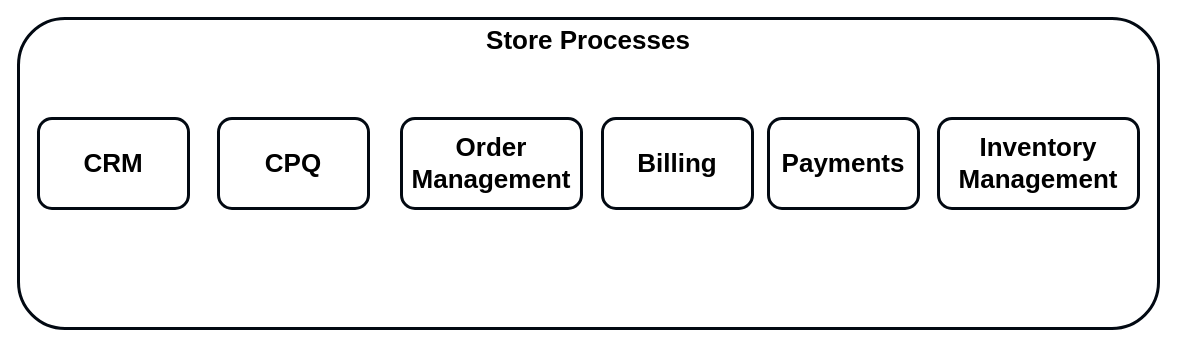
Above: page "Start" (8 of 14) of Sales Frontend Strategy.drawio in mrf742002/Diagrams (draw.io), before the change. Source tidied: cells renumbered, new cells numbered last; positions are measured from the earlier drawing's top-left corner, leaving out a move shared by most shapes. Both pictures are drawn from the tidied source at 100%, with x=0, y=0 at pixel (18, 18).
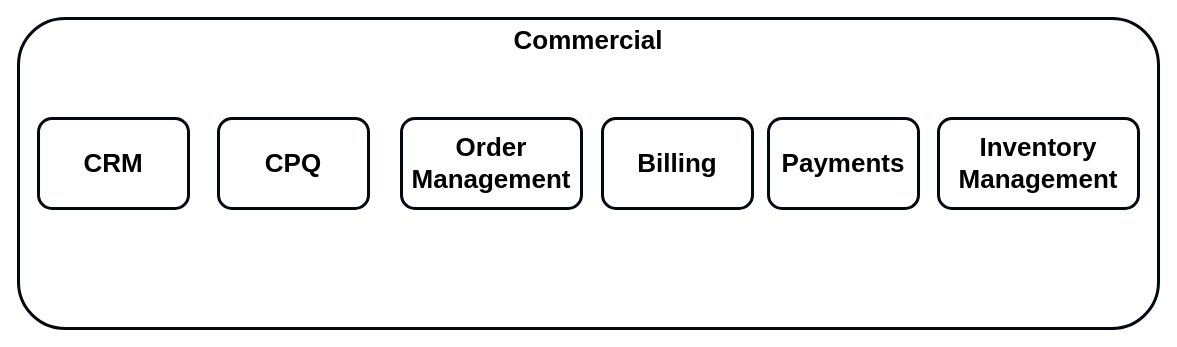
The same page after the edit.

The edit, as a diff of the source:
```diff
@@
 <mxGraphModel>
   <root>
     <mxCell id="0" />
     <mxCell id="1" parent="0" />
-    <mxCell id="2" value="&lt;b style=&quot;font-size: 26px&quot;&gt;Store Processes&lt;br style=&quot;font-size: 26px&quot;&gt;&lt;/b&gt;" style="rounded=1;whiteSpace=wrap;html=1;verticalAlign=top;strokeWidth=3;strokeColor=#020912;fontSize=26;" parent="1" vertex="1">
+    <mxCell id="2" value="&lt;b style=&quot;font-size: 26px&quot;&gt;Commercial&lt;br style=&quot;font-size: 26px&quot;&gt;&lt;/b&gt;" style="rounded=1;whiteSpace=wrap;html=1;verticalAlign=top;strokeWidth=3;strokeColor=#020912;fontSize=26;" parent="1" vertex="1">
       <mxGeometry width="1140" height="310" as="geometry" />
     </mxCell>
     <mxCell id="3" value="&lt;b style=&quot;font-size: 26px&quot;&gt;CPQ&lt;br style=&quot;font-size: 26px&quot;&gt;&lt;/b&gt;" style="rounded=1;whiteSpace=wrap;html=1;verticalAlign=middle;strokeWidth=3;strokeColor=#020912;fontSize=26;" parent="1" vertex="1">
       <mxGeometry x="200" y="100" width="150" height="90" as="geometry" />
     </mxCell>
     <mxCell id="4" value="&lt;b style=&quot;font-size: 26px&quot;&gt;Billing&lt;br style=&quot;font-size: 26px&quot;&gt;&lt;/b&gt;" style="rounded=1;whiteSpace=wrap;html=1;verticalAlign=middle;strokeWidth=3;strokeColor=#020912;fontSize=26;" parent="1" vertex="1">
       <mxGeometry x="584" y="100" width="150" height="90" as="geometry" />
     </mxCell>
     <mxCell id="5" value="&lt;b style=&quot;font-size: 26px&quot;&gt;Inventory Management&lt;br style=&quot;font-size: 26px&quot;&gt;&lt;/b&gt;" style="rounded=1;whiteSpace=wrap;html=1;verticalAlign=middle;strokeWidth=3;strokeColor=#020912;fontSize=26;" parent="1" vertex="1">
       <mxGeometry x="920" y="100" width="200" height="90" as="geometry" />
     </mxCell>
     <mxCell id="6" value="&lt;b style=&quot;font-size: 26px&quot;&gt;CRM&lt;br style=&quot;font-size: 26px&quot;&gt;&lt;/b&gt;" style="rounded=1;whiteSpace=wrap;html=1;verticalAlign=middle;strokeWidth=3;strokeColor=#020912;fontSize=26;" parent="1" vertex="1">
       <mxGeometry x="20" y="100" width="150" height="90" as="geometry" />
     </mxCell>
     <mxCell id="7" value="&lt;b style=&quot;font-size: 26px&quot;&gt;Order Management&lt;br style=&quot;font-size: 26px&quot;&gt;&lt;/b&gt;" style="rounded=1;whiteSpace=wrap;html=1;verticalAlign=middle;strokeWidth=3;strokeColor=#020912;fontSize=26;" parent="1" vertex="1">
       <mxGeometry x="383" y="100" width="180" height="90" as="geometry" />
     </mxCell>
     <mxCell id="8" value="&lt;b style=&quot;font-size: 26px&quot;&gt;Payments&lt;br style=&quot;font-size: 26px&quot;&gt;&lt;/b&gt;" style="rounded=1;whiteSpace=wrap;html=1;verticalAlign=middle;strokeWidth=3;strokeColor=#020912;fontSize=26;" parent="1" vertex="1">
       <mxGeometry x="750" y="100" width="150" height="90" as="geometry" />
     </mxCell>
   </root>
 </mxGraphModel>
```
